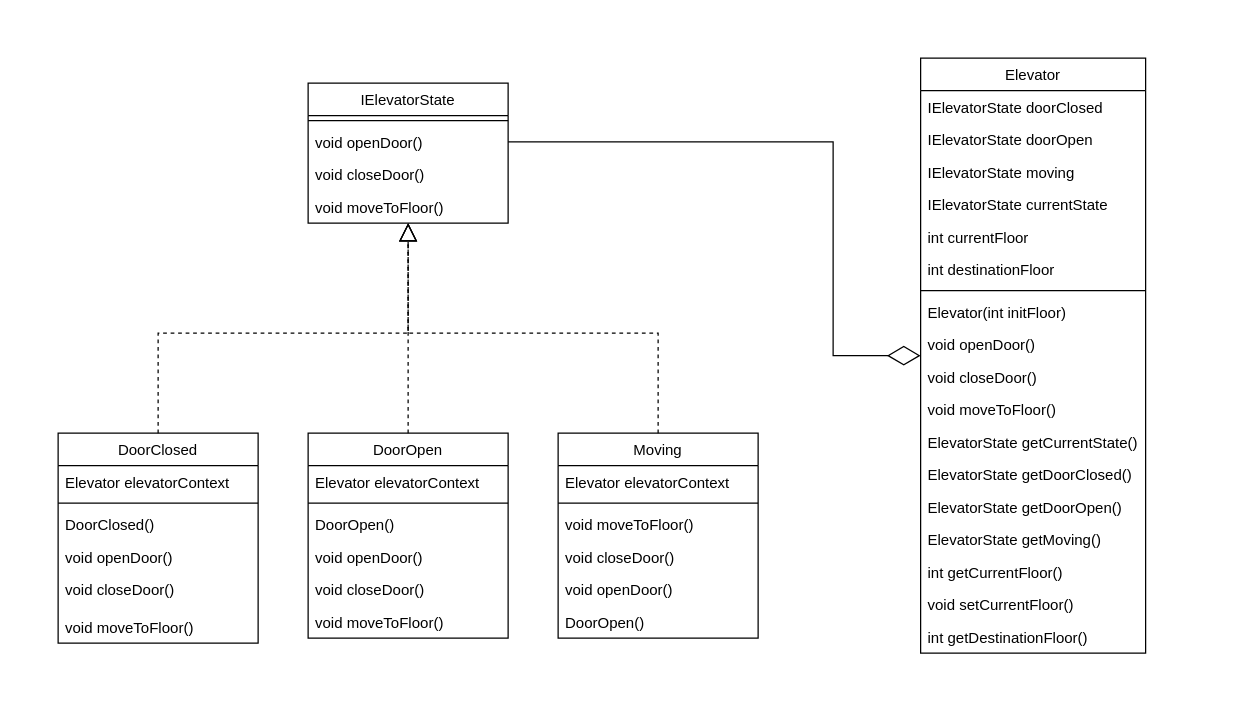
Above: ElevatorExample2.drawio in coutjojo/StatePatternExample (draw.io), before the change. Source tidied: cells renumbered, new cells numbered last; positions are measured from the earlier drawing's top-left corner, leaving out a move shared by most shapes. Both pictures are drawn from the tidied source at 125%, with x=0, y=0 at pixel (58, 58).
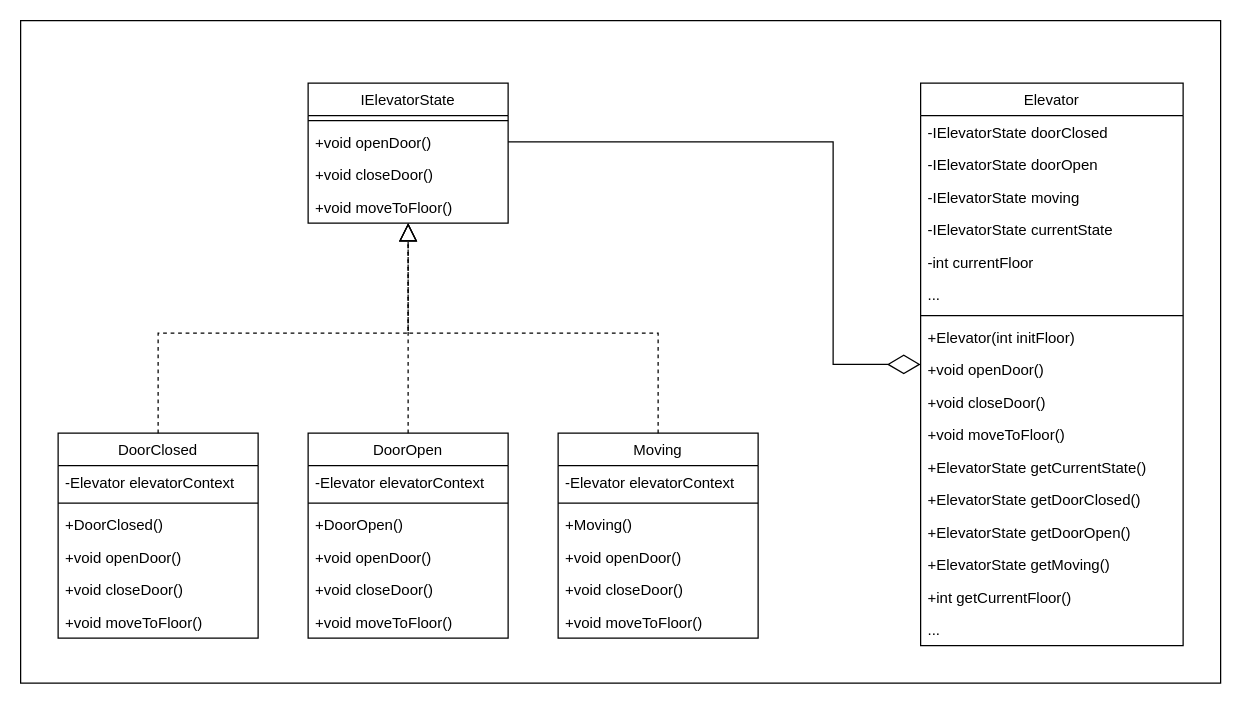
After the change.

Commit message:
add access modifiers and correct order of methods in classes

The change refers to these unchanged cells:
```xml
<mxCell id="2" value="DoorOpen" style="swimlane;fontStyle=0;align=center;verticalAlign=top;horizontal=1;startSize=26;rounded=0;shadow=0;strokeWidth=1;" parent="1" vertex="1">
  <mxGeometry x="200" y="300" width="160" height="164" as="geometry" />
</mxCell>
<mxCell id="9" value="Moving" style="swimlane;fontStyle=0;align=center;verticalAlign=top;horizontal=1;startSize=26;rounded=0;shadow=0;strokeWidth=1;" parent="1" vertex="1">
  <mxGeometry x="400" y="300" width="160" height="164" as="geometry" />
</mxCell>
<mxCell id="46" value="IElevatorState" style="swimlane;fontStyle=0;align=center;verticalAlign=top;horizontal=1;startSize=26;rounded=0;shadow=0;strokeWidth=1;" parent="1" vertex="1">
  <mxGeometry x="200" y="20" width="160" height="112" as="geometry" />
</mxCell>
```

What changed in the source:
```diff
@@
+    <mxCell id="51" style="rounded=0;whiteSpace=wrap;html=1;" parent="1" vertex="1">
+      <mxGeometry x="-30" y="-30" width="960" height="530" as="geometry" />
+    </mxCell>
@@
-    <mxCell id="3" value="Elevator elevatorContext" style="text;align=left;verticalAlign=top;spacingLeft=4;spacingRight=4;overflow=hidden;" parent="2" vertex="1">
+    <mxCell id="3" value="-Elevator elevatorContext" style="text;align=left;verticalAlign=top;spacingLeft=4;spacingRight=4;overflow=hidden;" parent="2" vertex="1">
       <mxGeometry y="26" width="160" height="26" as="geometry" />
     </mxCell>
@@
-    <mxCell id="5" value="DoorOpen()" style="text;align=left;verticalAlign=top;spacingLeft=4;spacingRight=4;overflow=hidden;fontStyle=0;" parent="2" vertex="1">
+    <mxCell id="5" value="+DoorOpen()" style="text;align=left;verticalAlign=top;spacingLeft=4;spacingRight=4;overflow=hidden;fontStyle=0;" parent="2" vertex="1">
       <mxGeometry y="60" width="160" height="26" as="geometry" />
     </mxCell>
-    <mxCell id="6" value="void openDoor()" style="text;align=left;verticalAlign=top;spacingLeft=4;spacingRight=4;overflow=hidden;" parent="2" vertex="1">
+    <mxCell id="6" value="+void openDoor()" style="text;align=left;verticalAlign=top;spacingLeft=4;spacingRight=4;overflow=hidden;" parent="2" vertex="1">
       <mxGeometry y="86" width="160" height="26" as="geometry" />
     </mxCell>
-    <mxCell id="7" value="void closeDoor()" style="text;align=left;verticalAlign=top;spacingLeft=4;spacingRight=4;overflow=hidden;rounded=0;shadow=0;html=0;" parent="2" vertex="1">
+    <mxCell id="7" value="+void closeDoor()" style="text;align=left;verticalAlign=top;spacingLeft=4;spacingRight=4;overflow=hidden;rounded=0;shadow=0;html=0;" parent="2" vertex="1">
       <mxGeometry y="112" width="160" height="26" as="geometry" />
     </mxCell>
-    <mxCell id="8" value="void moveToFloor()" style="text;align=left;verticalAlign=top;spacingLeft=4;spacingRight=4;overflow=hidden;rounded=0;shadow=0;html=0;" parent="2" vertex="1">
+    <mxCell id="8" value="+void moveToFloor()" style="text;align=left;verticalAlign=top;spacingLeft=4;spacingRight=4;overflow=hidden;rounded=0;shadow=0;html=0;" parent="2" vertex="1">
       <mxGeometry y="138" width="160" height="26" as="geometry" />
     </mxCell>
@@
-    <mxCell id="10" value="Elevator elevatorContext" style="text;align=left;verticalAlign=top;spacingLeft=4;spacingRight=4;overflow=hidden;" parent="9" vertex="1">
+    <mxCell id="10" value="-Elevator elevatorContext" style="text;align=left;verticalAlign=top;spacingLeft=4;spacingRight=4;overflow=hidden;" parent="9" vertex="1">
       <mxGeometry y="26" width="160" height="26" as="geometry" />
     </mxCell>
@@
+    <mxCell id="15" value="+Moving()" style="text;align=left;verticalAlign=top;spacingLeft=4;spacingRight=4;overflow=hidden;fontStyle=0;" parent="9" vertex="1">
+      <mxGeometry y="60" width="160" height="26" as="geometry" />
+    </mxCell>
+    <mxCell id="14" value="+void openDoor()" style="text;align=left;verticalAlign=top;spacingLeft=4;spacingRight=4;overflow=hidden;" parent="9" vertex="1">
+      <mxGeometry y="86" width="160" height="26" as="geometry" />
+    </mxCell>
+    <mxCell id="13" value="+void closeDoor()" style="text;align=left;verticalAlign=top;spacingLeft=4;spacingRight=4;overflow=hidden;rounded=0;shadow=0;html=0;" parent="9" vertex="1">
+      <mxGeometry y="112" width="160" height="26" as="geometry" />
+    </mxCell>
-    <mxCell id="12" value="void moveToFloor()" style="text;align=left;verticalAlign=top;spacingLeft=4;spacingRight=4;overflow=hidden;rounded=0;shadow=0;html=0;" parent="9" vertex="1">
-      <mxGeometry y="60" width="160" height="26" as="geometry" />
+    <mxCell id="12" value="+void moveToFloor()" style="text;align=left;verticalAlign=top;spacingLeft=4;spacingRight=4;overflow=hidden;rounded=0;shadow=0;html=0;" parent="9" vertex="1">
+      <mxGeometry y="138" width="160" height="26" as="geometry" />
     </mxCell>
-    <mxCell id="13" value="void closeDoor()" style="text;align=left;verticalAlign=top;spacingLeft=4;spacingRight=4;overflow=hidden;rounded=0;shadow=0;html=0;" parent="9" vertex="1">
-      <mxGeometry y="86" width="160" height="26" as="geometry" />
-    </mxCell>
-    <mxCell id="14" value="void openDoor()" style="text;align=left;verticalAlign=top;spacingLeft=4;spacingRight=4;overflow=hidden;" parent="9" vertex="1">
-      <mxGeometry y="112" width="160" height="26" as="geometry" />
-    </mxCell>
-    <mxCell id="15" value="DoorOpen()" style="text;align=left;verticalAlign=top;spacingLeft=4;spacingRight=4;overflow=hidden;fontStyle=0;" parent="9" vertex="1">
-      <mxGeometry y="138" width="160" height="26" as="geometry" />
-    </mxCell>
     <mxCell id="16" value="Elevator" style="swimlane;fontStyle=0;align=center;verticalAlign=top;horizontal=1;startSize=26;rounded=0;shadow=0;strokeWidth=1;" parent="1" vertex="1">
-      <mxGeometry x="690" width="180" height="476" as="geometry" />
+      <mxGeometry x="690" y="20" width="210" height="450" as="geometry" />
     </mxCell>
-    <mxCell id="17" value="IElevatorState doorClosed" style="text;align=left;verticalAlign=top;spacingLeft=4;spacingRight=4;overflow=hidden;" parent="16" vertex="1">
-      <mxGeometry y="26" width="180" height="26" as="geometry" />
+    <mxCell id="17" value="-IElevatorState doorClosed" style="text;align=left;verticalAlign=top;spacingLeft=4;spacingRight=4;overflow=hidden;" parent="16" vertex="1">
+      <mxGeometry y="26" width="210" height="26" as="geometry" />
     </mxCell>
-    <mxCell id="18" value="IElevatorState doorOpen" style="text;align=left;verticalAlign=top;spacingLeft=4;spacingRight=4;overflow=hidden;" parent="16" vertex="1">
-      <mxGeometry y="52" width="180" height="26" as="geometry" />
+    <mxCell id="18" value="-IElevatorState doorOpen" style="text;align=left;verticalAlign=top;spacingLeft=4;spacingRight=4;overflow=hidden;" parent="16" vertex="1">
+      <mxGeometry y="52" width="210" height="26" as="geometry" />
     </mxCell>
-    <mxCell id="19" value="IElevatorState moving" style="text;align=left;verticalAlign=top;spacingLeft=4;spacingRight=4;overflow=hidden;" parent="16" vertex="1">
-      <mxGeometry y="78" width="180" height="26" as="geometry" />
+    <mxCell id="19" value="-IElevatorState moving" style="text;align=left;verticalAlign=top;spacingLeft=4;spacingRight=4;overflow=hidden;" parent="16" vertex="1">
+      <mxGeometry y="78" width="210" height="26" as="geometry" />
     </mxCell>
-    <mxCell id="20" value="IElevatorState currentState" style="text;align=left;verticalAlign=top;spacingLeft=4;spacingRight=4;overflow=hidden;" parent="16" vertex="1">
-      <mxGeometry y="104" width="180" height="26" as="geometry" />
+    <mxCell id="20" value="-IElevatorState currentState" style="text;align=left;verticalAlign=top;spacingLeft=4;spacingRight=4;overflow=hidden;" parent="16" vertex="1">
+      <mxGeometry y="104" width="210" height="26" as="geometry" />
     </mxCell>
-    <mxCell id="21" value="int currentFloor" style="text;align=left;verticalAlign=top;spacingLeft=4;spacingRight=4;overflow=hidden;" parent="16" vertex="1">
-      <mxGeometry y="130" width="180" height="26" as="geometry" />
+    <mxCell id="21" value="-int currentFloor" style="text;align=left;verticalAlign=top;spacingLeft=4;spacingRight=4;overflow=hidden;" parent="16" vertex="1">
+      <mxGeometry y="130" width="210" height="26" as="geometry" />
     </mxCell>
-    <mxCell id="22" value="int destinationFloor" style="text;align=left;verticalAlign=top;spacingLeft=4;spacingRight=4;overflow=hidden;" parent="16" vertex="1">
-      <mxGeometry y="156" width="180" height="26" as="geometry" />
+    <mxCell id="22" value="..." style="text;align=left;verticalAlign=top;spacingLeft=4;spacingRight=4;overflow=hidden;" parent="16" vertex="1">
+      <mxGeometry y="156" width="210" height="26" as="geometry" />
     </mxCell>
     <mxCell id="23" style="line;html=1;strokeWidth=1;align=left;verticalAlign=middle;spacingTop=-1;spacingLeft=3;spacingRight=3;labelPosition=right;" parent="16" vertex="1">
-      <mxGeometry y="182" width="180" height="8" as="geometry" />
+      <mxGeometry y="182" width="210" height="8" as="geometry" />
     </mxCell>
-    <mxCell id="24" value="Elevator(int initFloor)" style="text;align=left;verticalAlign=top;spacingLeft=4;spacingRight=4;overflow=hidden;" parent="16" vertex="1">
-      <mxGeometry y="190" width="180" height="26" as="geometry" />
+    <mxCell id="24" value="+Elevator(int initFloor)" style="text;align=left;verticalAlign=top;spacingLeft=4;spacingRight=4;overflow=hidden;" parent="16" vertex="1">
+      <mxGeometry y="190" width="210" height="26" as="geometry" />
     </mxCell>
-    <mxCell id="25" value="void openDoor()" style="text;align=left;verticalAlign=top;spacingLeft=4;spacingRight=4;overflow=hidden;" parent="16" vertex="1">
-      <mxGeometry y="216" width="180" height="26" as="geometry" />
+    <mxCell id="25" value="+void openDoor()" style="text;align=left;verticalAlign=top;spacingLeft=4;spacingRight=4;overflow=hidden;" parent="16" vertex="1">
+      <mxGeometry y="216" width="210" height="26" as="geometry" />
     </mxCell>
-    <mxCell id="26" value="void closeDoor()" style="text;align=left;verticalAlign=top;spacingLeft=4;spacingRight=4;overflow=hidden;" parent="16" vertex="1">
-      <mxGeometry y="242" width="180" height="26" as="geometry" />
+    <mxCell id="26" value="+void closeDoor()" style="text;align=left;verticalAlign=top;spacingLeft=4;spacingRight=4;overflow=hidden;" parent="16" vertex="1">
+      <mxGeometry y="242" width="210" height="26" as="geometry" />
     </mxCell>
-    <mxCell id="27" value="void moveToFloor()" style="text;align=left;verticalAlign=top;spacingLeft=4;spacingRight=4;overflow=hidden;" parent="16" vertex="1">
-      <mxGeometry y="268" width="180" height="26" as="geometry" />
+    <mxCell id="27" value="+void moveToFloor()" style="text;align=left;verticalAlign=top;spacingLeft=4;spacingRight=4;overflow=hidden;" parent="16" vertex="1">
+      <mxGeometry y="268" width="210" height="26" as="geometry" />
     </mxCell>
-    <mxCell id="28" value="ElevatorState getCurrentState()" style="text;align=left;verticalAlign=top;spacingLeft=4;spacingRight=4;overflow=hidden;" parent="16" vertex="1">
-      <mxGeometry y="294" width="180" height="26" as="geometry" />
+    <mxCell id="28" value="+ElevatorState getCurrentState()" style="text;align=left;verticalAlign=top;spacingLeft=4;spacingRight=4;overflow=hidden;" parent="16" vertex="1">
+      <mxGeometry y="294" width="210" height="26" as="geometry" />
     </mxCell>
-    <mxCell id="29" value="ElevatorState getDoorClosed()" style="text;align=left;verticalAlign=top;spacingLeft=4;spacingRight=4;overflow=hidden;" parent="16" vertex="1">
-      <mxGeometry y="320" width="180" height="26" as="geometry" />
+    <mxCell id="29" value="+ElevatorState getDoorClosed()" style="text;align=left;verticalAlign=top;spacingLeft=4;spacingRight=4;overflow=hidden;" parent="16" vertex="1">
+      <mxGeometry y="320" width="210" height="26" as="geometry" />
     </mxCell>
-    <mxCell id="30" value="ElevatorState getDoorOpen()" style="text;align=left;verticalAlign=top;spacingLeft=4;spacingRight=4;overflow=hidden;" parent="16" vertex="1">
-      <mxGeometry y="346" width="180" height="26" as="geometry" />
+    <mxCell id="30" value="+ElevatorState getDoorOpen()" style="text;align=left;verticalAlign=top;spacingLeft=4;spacingRight=4;overflow=hidden;" parent="16" vertex="1">
+      <mxGeometry y="346" width="210" height="26" as="geometry" />
     </mxCell>
-    <mxCell id="31" value="ElevatorState getMoving()" style="text;align=left;verticalAlign=top;spacingLeft=4;spacingRight=4;overflow=hidden;" parent="16" vertex="1">
-      <mxGeometry y="372" width="180" height="26" as="geometry" />
+    <mxCell id="31" value="+ElevatorState getMoving()" style="text;align=left;verticalAlign=top;spacingLeft=4;spacingRight=4;overflow=hidden;" parent="16" vertex="1">
+      <mxGeometry y="372" width="210" height="26" as="geometry" />
     </mxCell>
-    <mxCell id="32" value="int getCurrentFloor()" style="text;align=left;verticalAlign=top;spacingLeft=4;spacingRight=4;overflow=hidden;" parent="16" vertex="1">
-      <mxGeometry y="398" width="180" height="26" as="geometry" />
+    <mxCell id="32" value="+int getCurrentFloor()" style="text;align=left;verticalAlign=top;spacingLeft=4;spacingRight=4;overflow=hidden;" parent="16" vertex="1">
+      <mxGeometry y="398" width="210" height="26" as="geometry" />
     </mxCell>
-    <mxCell id="33" value="void setCurrentFloor()" style="text;align=left;verticalAlign=top;spacingLeft=4;spacingRight=4;overflow=hidden;" parent="16" vertex="1">
-      <mxGeometry y="424" width="180" height="26" as="geometry" />
+    <mxCell id="33" value="..." style="text;align=left;verticalAlign=top;spacingLeft=4;spacingRight=4;overflow=hidden;" parent="16" vertex="1">
+      <mxGeometry y="424" width="210" height="26" as="geometry" />
     </mxCell>
-    <mxCell id="34" value="int getDestinationFloor()" style="text;align=left;verticalAlign=top;spacingLeft=4;spacingRight=4;overflow=hidden;" parent="16" vertex="1">
-      <mxGeometry y="450" width="180" height="26" as="geometry" />
-    </mxCell>
     <mxCell id="35" value="DoorClosed" style="swimlane;fontStyle=0;align=center;verticalAlign=top;horizontal=1;startSize=26;rounded=0;shadow=0;strokeWidth=1;" parent="1" vertex="1">
-      <mxGeometry y="300" width="160" height="168" as="geometry" />
+      <mxGeometry y="300" width="160" height="164" as="geometry" />
     </mxCell>
-    <mxCell id="36" value="Elevator elevatorContext" style="text;align=left;verticalAlign=top;spacingLeft=4;spacingRight=4;overflow=hidden;" parent="35" vertex="1">
+    <mxCell id="36" value="-Elevator elevatorContext" style="text;align=left;verticalAlign=top;spacingLeft=4;spacingRight=4;overflow=hidden;" parent="35" vertex="1">
       <mxGeometry y="26" width="160" height="26" as="geometry" />
     </mxCell>
@@
-    <mxCell id="38" value="DoorClosed()" style="text;align=left;verticalAlign=top;spacingLeft=4;spacingRight=4;overflow=hidden;fontStyle=0;" parent="35" vertex="1">
+    <mxCell id="38" value="+DoorClosed()" style="text;align=left;verticalAlign=top;spacingLeft=4;spacingRight=4;overflow=hidden;fontStyle=0;" parent="35" vertex="1">
       <mxGeometry y="60" width="160" height="26" as="geometry" />
     </mxCell>
-    <mxCell id="39" value="void openDoor()" style="text;align=left;verticalAlign=top;spacingLeft=4;spacingRight=4;overflow=hidden;" parent="35" vertex="1">
+    <mxCell id="39" value="+void openDoor()" style="text;align=left;verticalAlign=top;spacingLeft=4;spacingRight=4;overflow=hidden;" parent="35" vertex="1">
       <mxGeometry y="86" width="160" height="26" as="geometry" />
     </mxCell>
-    <mxCell id="40" value="void closeDoor()" style="text;html=1;align=left;verticalAlign=top;strokeColor=none;fillColor=none;spacingRight=4;spacingLeft=4;" parent="35" vertex="1">
-      <mxGeometry y="112" width="160" height="30" as="geometry" />
-    </mxCell>
+    <mxCell id="52" value="+void closeDoor()" style="text;align=left;verticalAlign=top;spacingLeft=4;spacingRight=4;overflow=hidden;" parent="35" vertex="1">
+      <mxGeometry y="112" width="160" height="26" as="geometry" />
+    </mxCell>
-    <mxCell id="41" value="void moveToFloor()" style="text;align=left;verticalAlign=top;spacingLeft=4;spacingRight=4;overflow=hidden;rounded=0;shadow=0;html=0;" parent="35" vertex="1">
-      <mxGeometry y="142" width="160" height="26" as="geometry" />
+    <mxCell id="41" value="+void moveToFloor()" style="text;align=left;verticalAlign=top;spacingLeft=4;spacingRight=4;overflow=hidden;rounded=0;shadow=0;html=0;" parent="35" vertex="1">
+      <mxGeometry y="138" width="160" height="26" as="geometry" />
     </mxCell>
@@
     <mxCell id="45" style="endArrow=diamondThin;endFill=0;endSize=24;html=1;rounded=0;exitX=1;exitY=0.5;exitDx=0;exitDy=0;entryX=0;entryY=0.5;entryDx=0;entryDy=0;" parent="1" edge="1" source="48" target="16">
       <mxGeometry relative="1" as="geometry">
         <Array as="points">
           <mxPoint x="620" y="67" />
-          <mxPoint x="620" y="238" />
+          <mxPoint x="620" y="245" />
         </Array>
       </mxGeometry>
     </mxCell>
@@
-    <mxCell id="48" value="void openDoor()" style="text;align=left;verticalAlign=top;spacingLeft=4;spacingRight=4;overflow=hidden;points=[[0,0.5],[1,0.5]];portConstraint=eastwest;fontStyle=0;" parent="46" vertex="1">
+    <mxCell id="48" value="+void openDoor()" style="text;align=left;verticalAlign=top;spacingLeft=4;spacingRight=4;overflow=hidden;points=[[0,0.5],[1,0.5]];portConstraint=eastwest;fontStyle=0;" parent="46" vertex="1">
       <mxGeometry y="34" width="160" height="26" as="geometry" />
     </mxCell>
-    <mxCell id="49" value="void closeDoor()" style="text;align=left;verticalAlign=top;spacingLeft=4;spacingRight=4;overflow=hidden;" parent="46" vertex="1">
+    <mxCell id="49" value="+void closeDoor()" style="text;align=left;verticalAlign=top;spacingLeft=4;spacingRight=4;overflow=hidden;" parent="46" vertex="1">
       <mxGeometry y="60" width="160" height="26" as="geometry" />
     </mxCell>
-    <mxCell id="50" value="void moveToFloor()" style="text;align=left;verticalAlign=top;spacingLeft=4;spacingRight=4;overflow=hidden;" parent="46" vertex="1">
+    <mxCell id="50" value="+void moveToFloor()" style="text;align=left;verticalAlign=top;spacingLeft=4;spacingRight=4;overflow=hidden;" parent="46" vertex="1">
       <mxGeometry y="86" width="160" height="26" as="geometry" />
     </mxCell>
```
